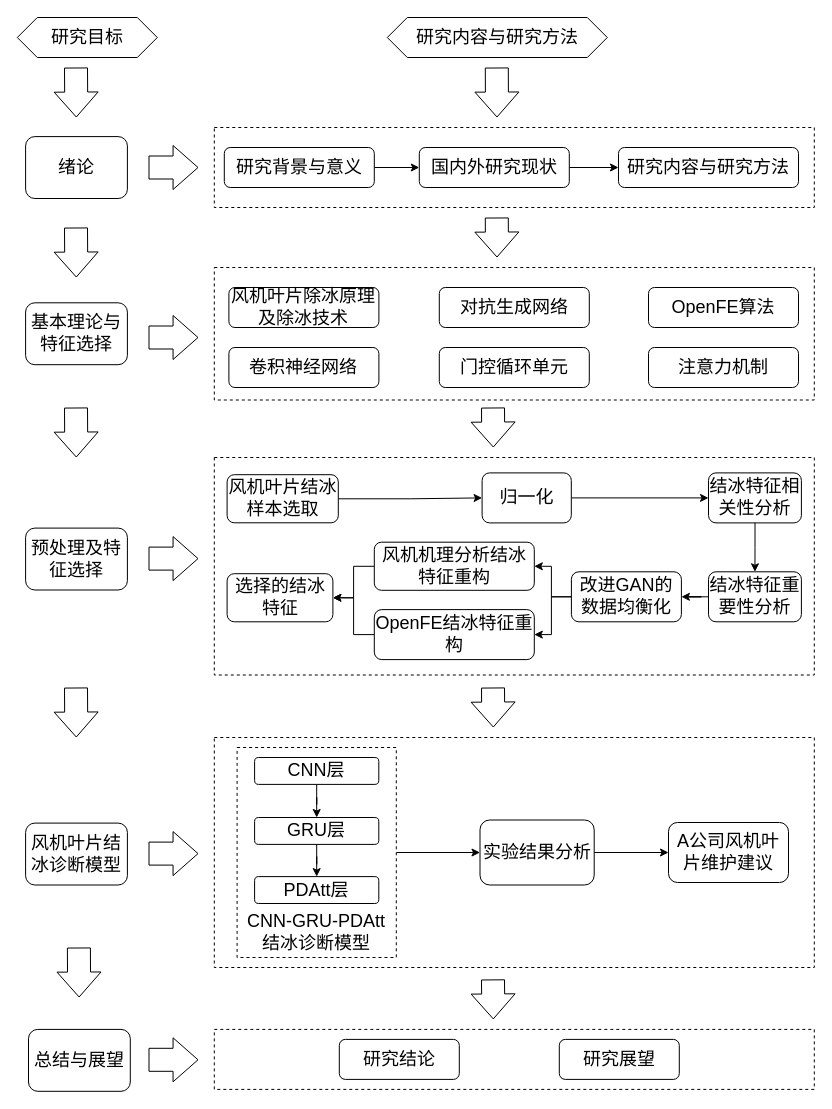
Before: 毕设技术路线图 20250428PDAtt.drawio in Abccccd/-2, a draw.io diagram. Source tidied: cells renumbered, new cells numbered last; positions are measured from the earlier drawing's top-left corner, leaving out a move shared by most shapes. Both pictures are drawn from the tidied source at 100%, with x=0, y=0 at pixel (17, 17).
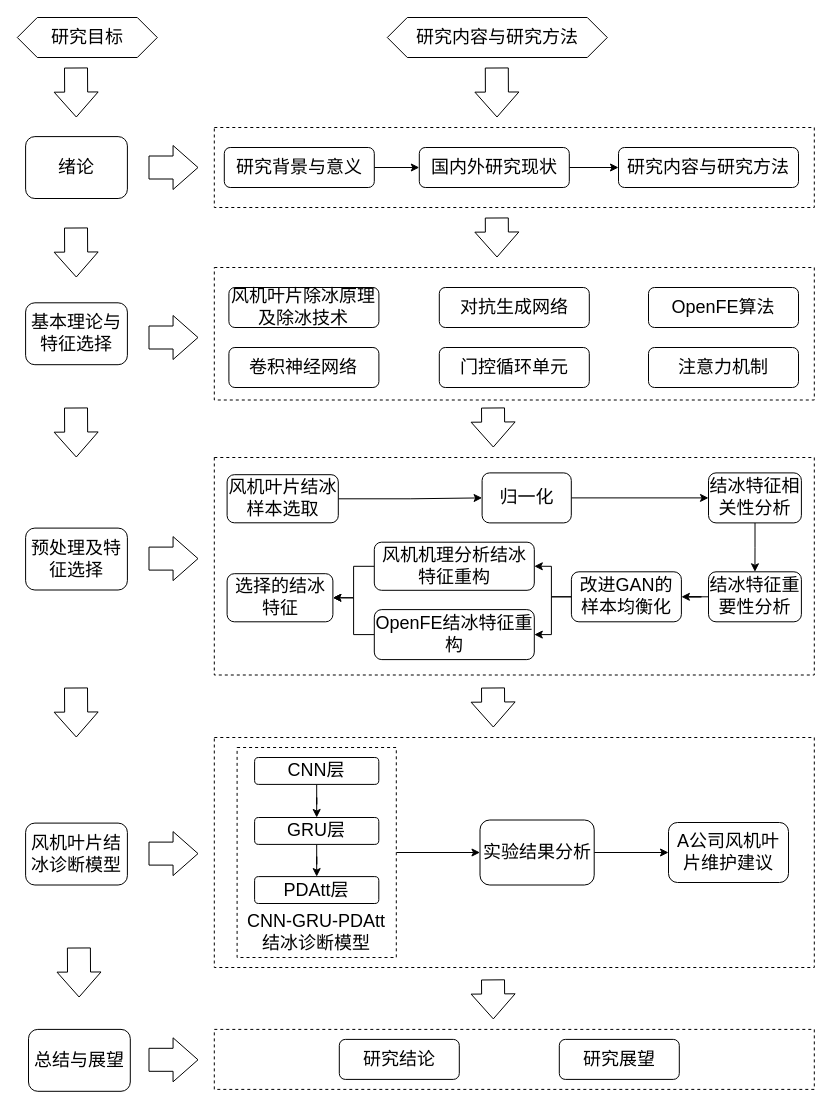
The same diagram, later.

Commit message:
毕设技术路线图 20250428PDAtt.drawio

Diff of the diagram source:
```diff
@@
-    <mxCell id="60" value="&lt;span style=&quot;font-size: 18px;&quot;&gt;改进GAN的数据均衡化&lt;/span&gt;" style="rounded=1;whiteSpace=wrap;html=1;" parent="1" vertex="1">
+    <mxCell id="60" value="&lt;span style=&quot;font-size: 18px;&quot;&gt;改进GAN的样本均衡化&lt;/span&gt;" style="rounded=1;whiteSpace=wrap;html=1;" parent="1" vertex="1">
       <mxGeometry x="553.9" y="554.3" width="110" height="50" as="geometry" />
     </mxCell>
```
